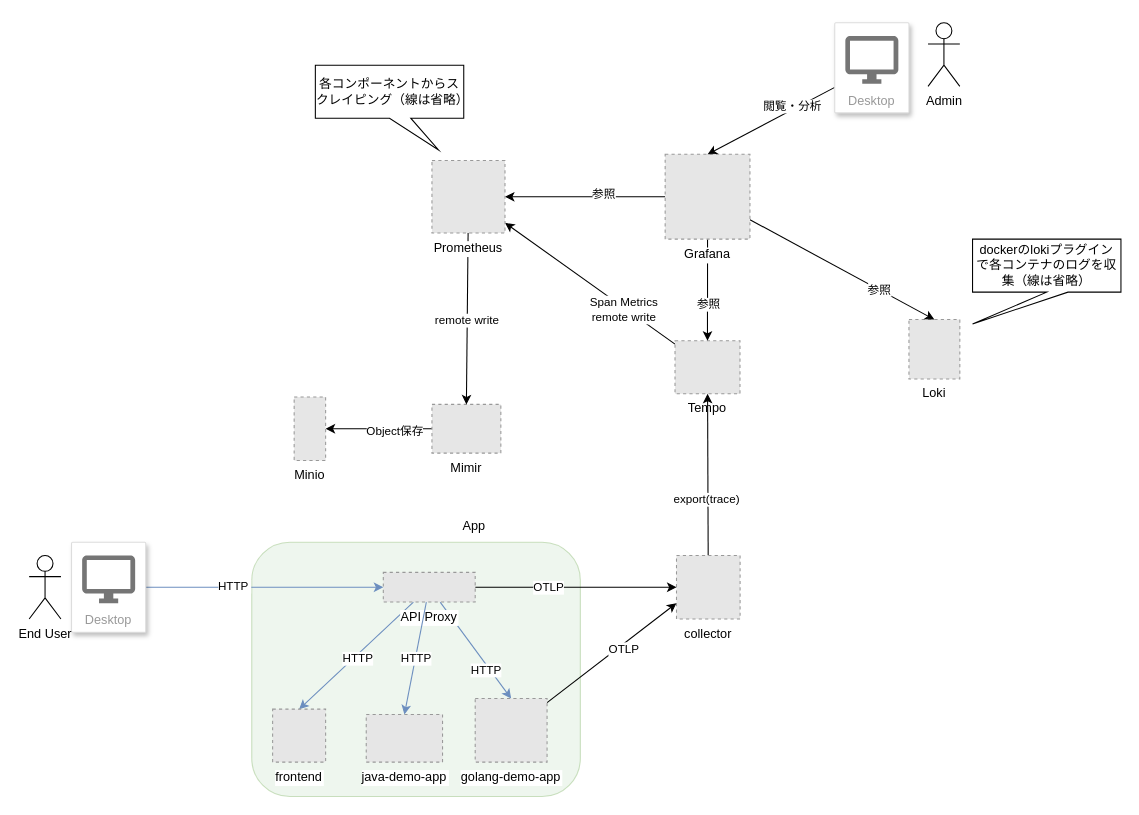
tamura-daiki-dc3/opentelemetry-demo keeps this draw.io diagram as diagram.drawio. Above is the earlier version. Source tidied: cells renumbered, new cells numbered last; positions are measured from the earlier drawing's top-left corner, leaving out a move shared by most shapes. Both pictures are drawn from the tidied source at 106%, with x=0, y=0 at pixel (29, 22). Pictures stored in the file or linked from it are replaced by grey dashed boxes.
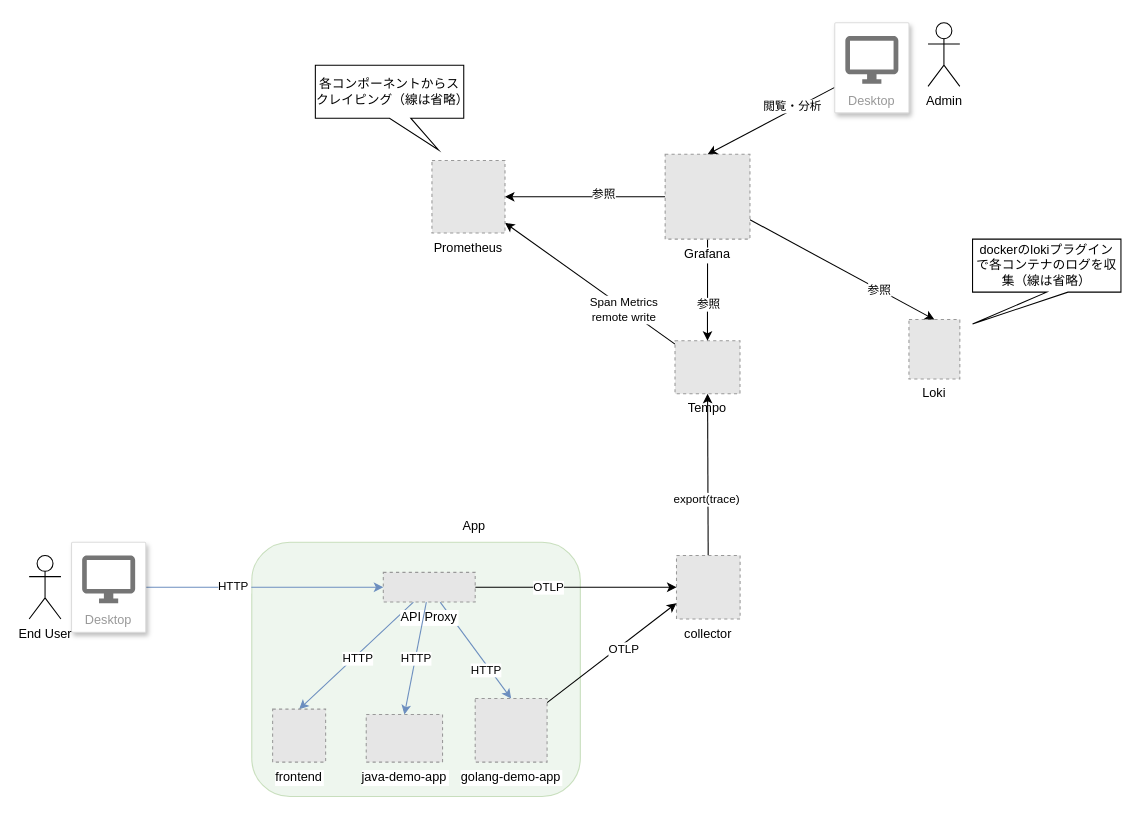
The same page after the edit.

Unchanged cells that the change refers to:
```xml
<mxCell id="22" value="Prometheus" style="fillColor=#E6E6E6;strokeColor=#999999;dashed=1;verticalLabelPosition=bottom;labelBackgroundColor=default;verticalAlign=top;" parent="1" vertex="1">
  <mxGeometry x="380" y="130" width="68.9" height="68.3" as="geometry" />
</mxCell>
```

Change to the diagram source:
```diff
@@
-    <mxCell id="7" style="edgeStyle=none;html=1;" parent="1" edge="1" source="9" target="31">
-      <mxGeometry relative="1" as="geometry" />
-    </mxCell>
-    <mxCell id="8" value="Object保存" style="edgeLabel;html=1;align=center;verticalAlign=middle;" parent="7" vertex="1">
-      <mxGeometry x="-0.28" y="1" relative="1" as="geometry" />
-    </mxCell>
-    <mxCell id="9" value="Mimir" style="fillColor=#E6E6E6;strokeColor=#999999;dashed=1;verticalLabelPosition=bottom;labelBackgroundColor=default;verticalAlign=top;" parent="1" vertex="1">
-      <mxGeometry x="380" y="360" width="65" height="46" as="geometry" />
-    </mxCell>
@@
-    <mxCell id="20" style="edgeStyle=none;html=1;entryX=0.5;entryY=0;entryDx=0;entryDy=0;" parent="1" edge="1" source="22" target="9">
-      <mxGeometry relative="1" as="geometry" />
-    </mxCell>
-    <mxCell id="21" value="remote write" style="edgeLabel;html=1;align=center;verticalAlign=middle;" parent="20" vertex="1">
-      <mxGeometry x="0.34" y="-1" relative="1" as="geometry">
-        <mxPoint y="-26" as="offset" />
-      </mxGeometry>
-    </mxCell>
@@
-    <mxCell id="31" value="Minio" style="fillColor=#E6E6E6;strokeColor=#999999;dashed=1;verticalLabelPosition=bottom;labelBackgroundColor=default;verticalAlign=top;" parent="1" vertex="1">
-      <mxGeometry x="250" y="353" width="29.7" height="60" as="geometry" />
-    </mxCell>
```
